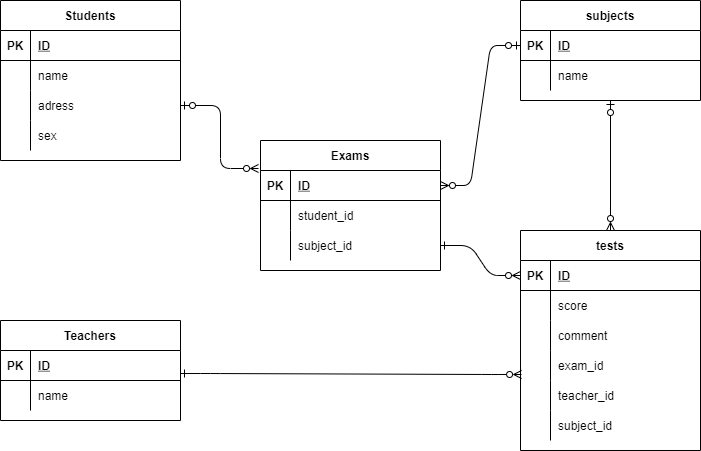
This is 20220301yakushido.drawio.png from yakushido/COACHTECH_Database, a draw.io export, as it was before one commit. Source tidied: cells renumbered, new cells last; positions are measured from the earlier drawing's top-left corner, leaving out a move shared by most shapes.
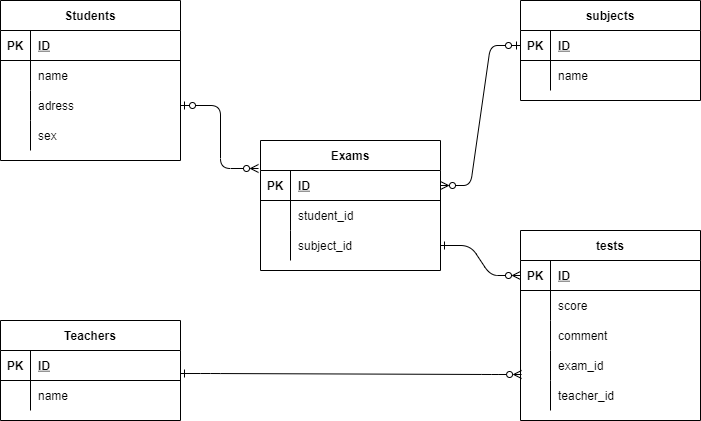
Later version of the same file.

The edit, as a diff of the source:
```diff
@@ -63,7 +63,7 @@
       <mxGeometry x="30" width="150" height="30" as="geometry" />
     </mxCell>
     <mxCell id="22" value="tests" style="shape=table;startSize=30;rowLines=0;fontStyle=1;align=center;" parent="1" vertex="1">
-      <mxGeometry x="520" y="230" width="180" height="220" as="geometry" />
+      <mxGeometry x="520" y="230" width="180" height="190" as="geometry" />
     </mxCell>
     <mxCell id="23" style="shape=partialRectangle;fillColor=none;top=0;left=0;bottom=1;right=0;points=[[0,0.5],[1,0.5]];portConstraint=eastwest;" parent="22" vertex="1">
       <mxGeometry y="30" width="180" height="30" as="geometry" />
@@ -110,15 +110,6 @@
     <mxCell id="37" value="teacher_id" style="shape=partialRectangle;fillColor=none;top=0;left=0;bottom=0;right=0;align=left;spacingLeft=6;overflow=hidden;" parent="35" vertex="1">
       <mxGeometry x="30" width="150" height="30" as="geometry" />
     </mxCell>
-    <mxCell id="38" style="shape=partialRectangle;fillColor=none;top=0;left=0;bottom=0;right=0;" parent="22" vertex="1">
-      <mxGeometry y="180" width="180" height="30" as="geometry" />
-    </mxCell>
-    <mxCell id="39" style="shape=partialRectangle;fillColor=none;top=0;left=0;bottom=0;right=0;overflow=hidden;" parent="38" vertex="1">
-      <mxGeometry width="30" height="30" as="geometry" />
-    </mxCell>
-    <mxCell id="40" value="subject_id" style="shape=partialRectangle;fillColor=none;top=0;left=0;bottom=0;right=0;align=left;spacingLeft=6;overflow=hidden;" parent="38" vertex="1">
-      <mxGeometry x="30" width="150" height="30" as="geometry" />
-    </mxCell>
     <mxCell id="41" value="Exams" style="shape=table;startSize=30;rowLines=0;fontStyle=1;align=center;" parent="1" vertex="1">
       <mxGeometry x="260" y="140" width="180" height="130" as="geometry" />
     </mxCell>
@@ -179,9 +170,6 @@
     <mxCell id="60" value="name" style="shape=partialRectangle;fillColor=none;top=0;left=0;bottom=0;right=0;align=left;spacingLeft=6;overflow=hidden;" parent="58" vertex="1">
       <mxGeometry x="30" width="150" height="30" as="geometry" />
     </mxCell>
-    <mxCell id="61" style="fontSize=12;html=1;endArrow=ERzeroToMany;endFill=0;exitX=0.5;exitY=1;exitDx=0;exitDy=0;entryX=0.5;entryY=0;entryDx=0;entryDy=0;startArrow=ERzeroToOne;startFill=0;" parent="1" edge="1" source="54" target="22">
-      <mxGeometry relative="1" as="geometry" />
-    </mxCell>
     <mxCell id="62" style="edgeStyle=entityRelationEdgeStyle;fontSize=12;html=1;endArrow=ERzeroToOne;endFill=0;exitX=1;exitY=0.5;exitDx=0;exitDy=0;entryX=0;entryY=0.5;entryDx=0;entryDy=0;startArrow=ERzeroToMany;startFill=0;" parent="1" edge="1" source="42" target="55">
       <mxGeometry relative="1" as="geometry" />
     </mxCell>
```
